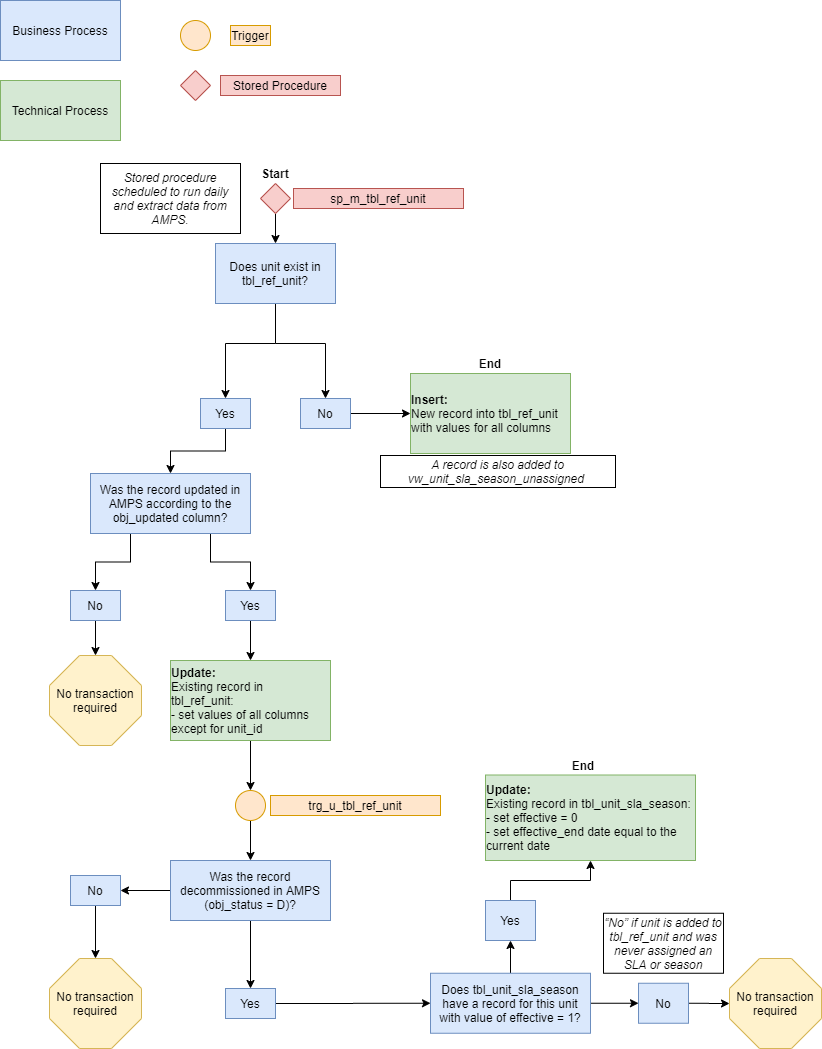
NYC-Parks/SLADB keeps this draw.io diagram as images/trg_unit_decommissioned.png. Above is the earlier version. Source tidied: cells renumbered, new cells last; positions are measured from the earlier drawing's top-left corner, leaving out a move shared by most shapes.
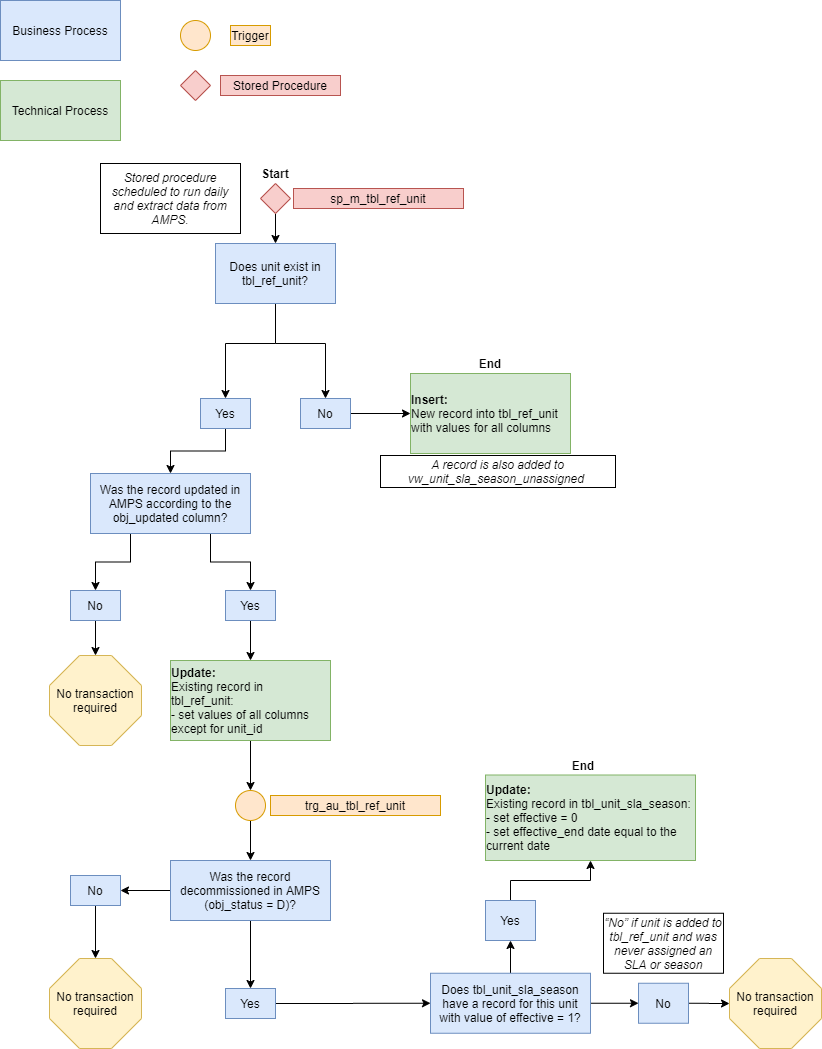
After the commit.

Change to the diagram source:
```diff
@@ -54,7 +54,7 @@
         </Array>
       </mxGeometry>
     </mxCell>
-    <mxCell id="17" value="trg_u_tbl_ref_unit" style="text;html=1;strokeColor=#d79b00;fillColor=#ffe6cc;align=center;verticalAlign=middle;whiteSpace=wrap;rounded=0;" parent="1" vertex="1">
+    <mxCell id="17" value="trg_au_tbl_ref_unit" style="text;html=1;strokeColor=#d79b00;fillColor=#ffe6cc;align=center;verticalAlign=middle;whiteSpace=wrap;rounded=0;" parent="1" vertex="1">
       <mxGeometry x="270" y="795" width="170" height="20" as="geometry" />
     </mxCell>
     <mxCell id="18" value="Does unit exist in tbl_ref_unit?" style="rounded=0;whiteSpace=wrap;html=1;fillColor=#dae8fc;strokeColor=#6c8ebf;" parent="1" vertex="1">
```
